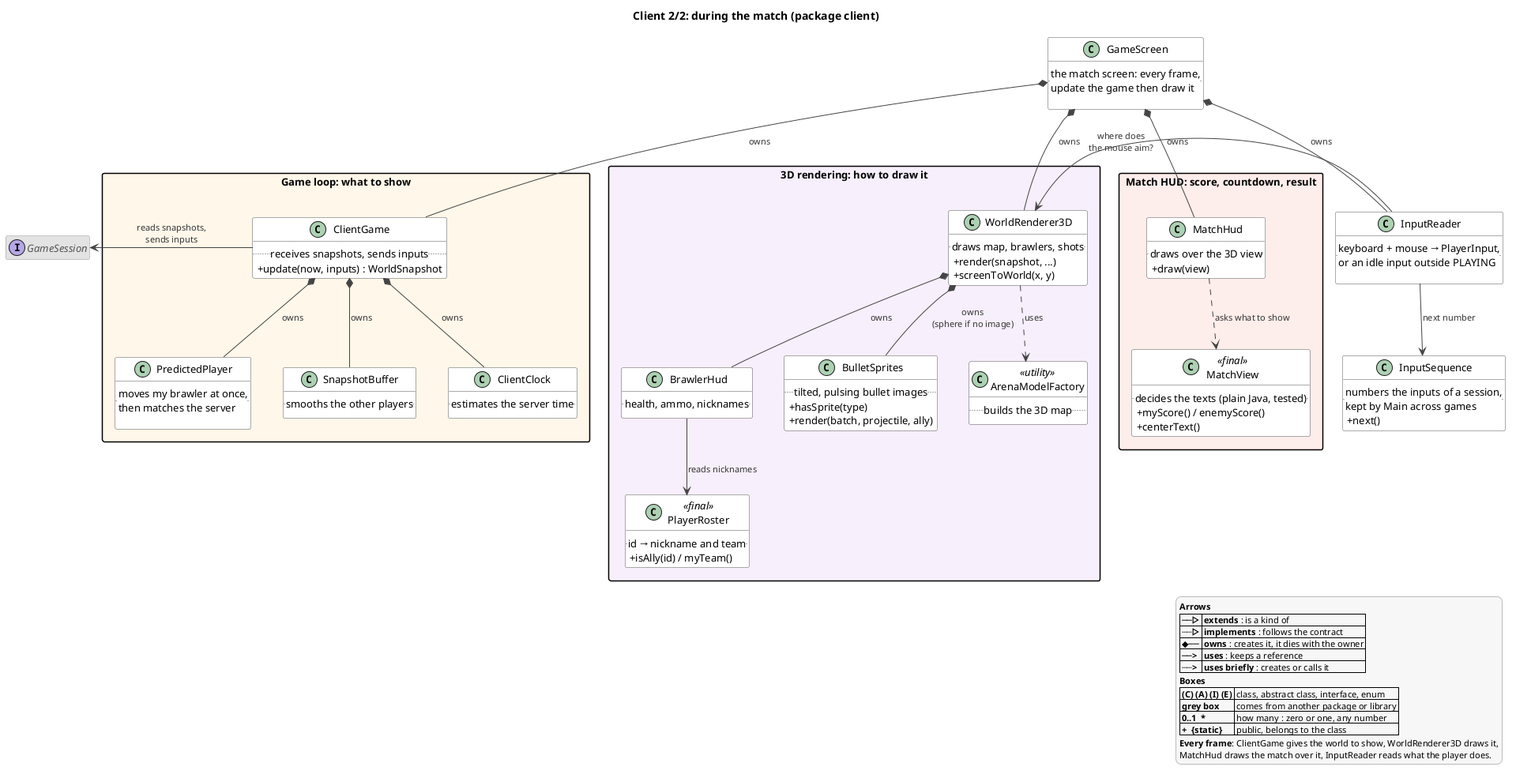
Earlier version of the PlantUML export docs/uml/client-game.png (louispouillet/2dgame).
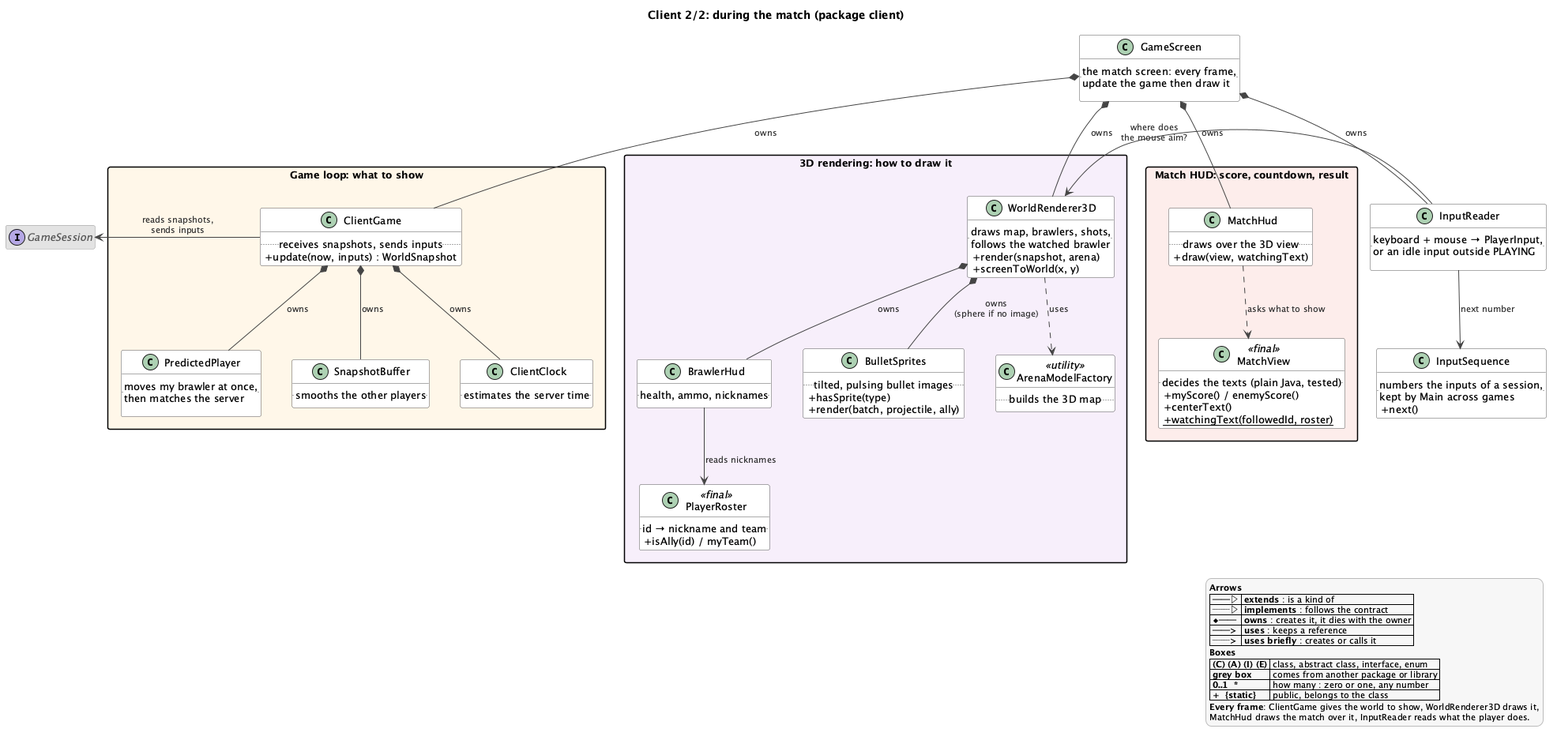
The same file after the commit.

Change to the diagram source:
```diff
@@ -34,19 +34,20 @@
 package "Match HUD: score, countdown, result" #FDECEA {
     class MatchHud {
         .. draws over the 3D view ..
-        + draw(view)
+        + draw(view, watchingText)
     }
     class MatchView <<final>> {
         .. decides the texts (plain Java, tested) ..
         + myScore() / enemyScore()
         + centerText()
+        + {static} watchingText(followedId, roster)
     }
 }
 
 package "3D rendering: how to draw it" #F6EEFB {
     class WorldRenderer3D {
-        .. draws map, brawlers, shots ..
-        + render(snapshot, ...)
+        .. draws map, brawlers, shots,\nfollows the watched brawler ..
+        + render(snapshot, arena)
         + screenToWorld(x, y)
     }
     class BrawlerHud {
```
